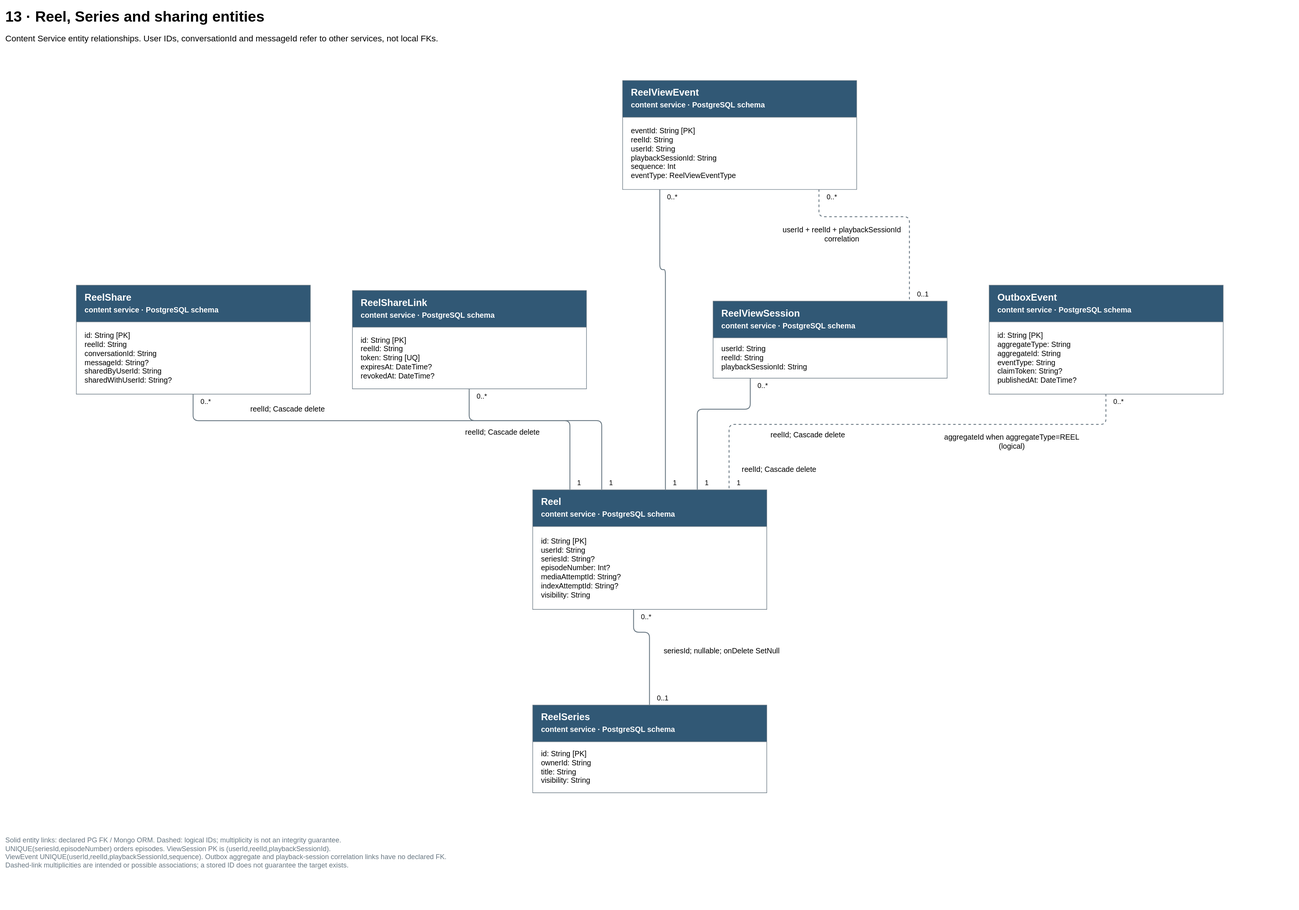
This is docs/diagrams/velora-current/importable-svg/13-content.drawio.svg from HieuCuteDangYeu/velora-backend, a draw.io export, as it was before one commit. Source tidied: cells renumbered, new cells last; positions are measured from the earlier drawing's top-left corner, leaving out a move shared by most shapes.
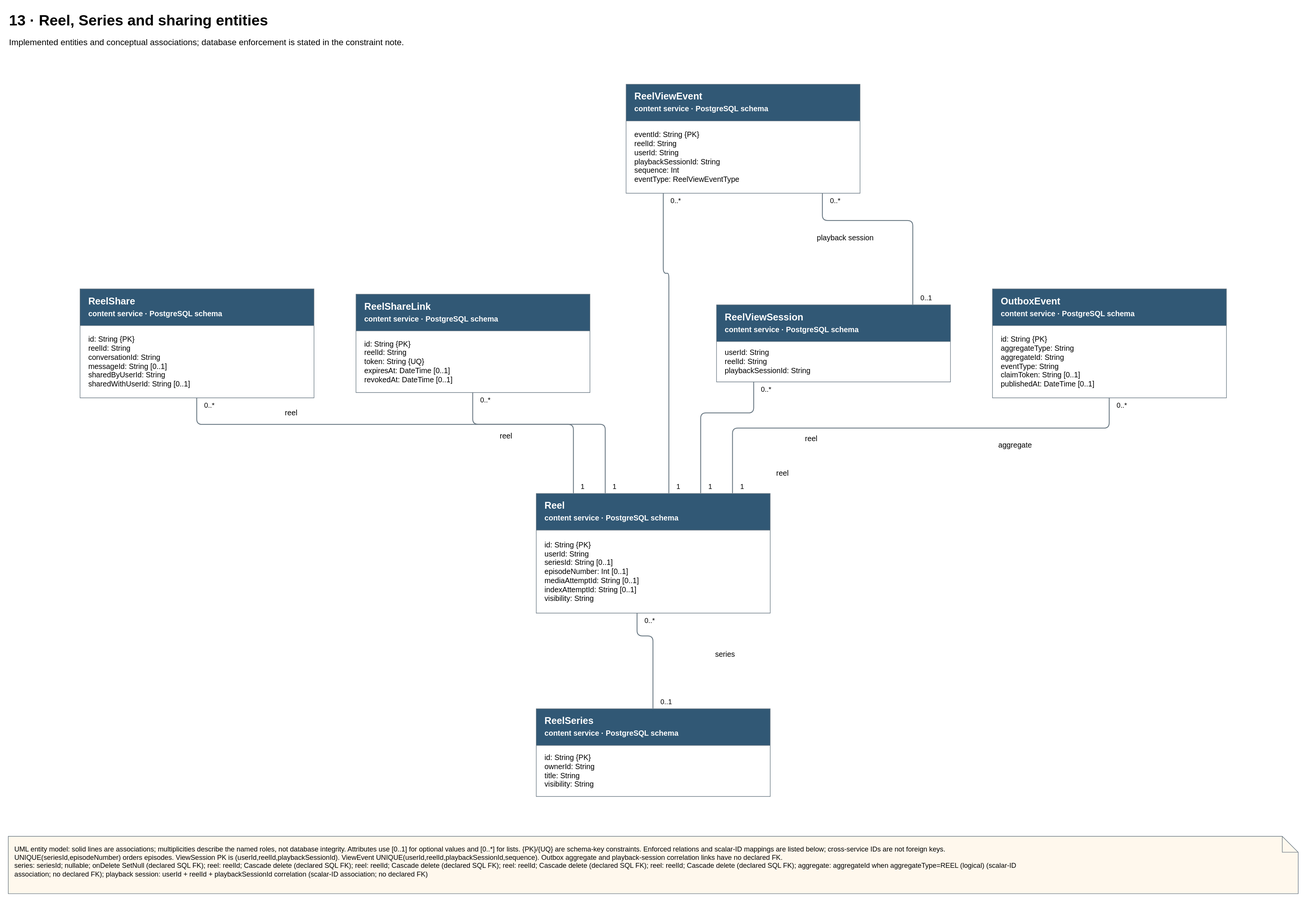
Above is the later version.

Diff of the diagram source:
```diff
@@ -10,7 +10,7 @@
         </Array>
       </mxGeometry>
     </mxCell>
-    <mxCell id="3" value="seriesId; nullable; onDelete SetNull" style="text;html=1;whiteSpace=wrap;overflow=hidden;fontFamily=Arial;fontSize=14;align=center;verticalAlign=middle;fillColor=#ffffff;spacing=0;fontFamily=Arial;" parent="1" vertex="1">
+    <mxCell id="3" value="series" style="text;html=1;whiteSpace=wrap;overflow=hidden;fontFamily=Arial;fontSize=14;align=center;verticalAlign=middle;fillColor=#ffffff;spacing=0;fontFamily=Arial;" parent="1" vertex="1">
       <mxGeometry x="1220" y="1199.5" width="256.9" height="32" as="geometry" />
     </mxCell>
     <mxCell id="4" value="0..*" style="text;html=1;whiteSpace=wrap;overflow=hidden;fontFamily=Arial;fontSize=13;align=left;verticalAlign=middle;fontFamily=Arial;" parent="1" vertex="1">
@@ -27,7 +27,7 @@
         </Array>
       </mxGeometry>
     </mxCell>
-    <mxCell id="7" value="reelId; Cascade delete" style="text;html=1;whiteSpace=wrap;overflow=hidden;fontFamily=Arial;fontSize=14;align=center;verticalAlign=middle;fillColor=#ffffff;spacing=0;fontFamily=Arial;" parent="1" vertex="1">
+    <mxCell id="7" value="reel" style="text;html=1;whiteSpace=wrap;overflow=hidden;fontFamily=Arial;fontSize=14;align=center;verticalAlign=middle;fillColor=#ffffff;spacing=0;fontFamily=Arial;" parent="1" vertex="1">
       <mxGeometry x="447.8" y="745.4" width="168.7" height="32" as="geometry" />
     </mxCell>
     <mxCell id="8" value="0..*" style="text;html=1;whiteSpace=wrap;overflow=hidden;fontFamily=Arial;fontSize=13;align=left;verticalAlign=middle;fontFamily=Arial;" parent="1" vertex="1">
@@ -44,7 +44,7 @@
         </Array>
       </mxGeometry>
     </mxCell>
-    <mxCell id="11" value="reelId; Cascade delete" style="text;html=1;whiteSpace=wrap;overflow=hidden;fontFamily=Arial;fontSize=14;align=center;verticalAlign=middle;fillColor=#ffffff;spacing=0;fontFamily=Arial;" parent="1" vertex="1">
+    <mxCell id="11" value="reel" style="text;html=1;whiteSpace=wrap;overflow=hidden;fontFamily=Arial;fontSize=14;align=center;verticalAlign=middle;fillColor=#ffffff;spacing=0;fontFamily=Arial;" parent="1" vertex="1">
       <mxGeometry x="852" y="789.2" width="168.7" height="32" as="geometry" />
     </mxCell>
     <mxCell id="12" value="0..*" style="text;html=1;whiteSpace=wrap;overflow=hidden;fontFamily=Arial;fontSize=13;align=left;verticalAlign=middle;fontFamily=Arial;" parent="1" vertex="1">
@@ -61,7 +61,7 @@
         </Array>
       </mxGeometry>
     </mxCell>
-    <mxCell id="15" value="reelId; Cascade delete" style="text;html=1;whiteSpace=wrap;overflow=hidden;fontFamily=Arial;fontSize=14;align=center;verticalAlign=middle;fillColor=#ffffff;spacing=0;fontFamily=Arial;" parent="1" vertex="1">
+    <mxCell id="15" value="reel" style="text;html=1;whiteSpace=wrap;overflow=hidden;fontFamily=Arial;fontSize=14;align=center;verticalAlign=middle;fillColor=#ffffff;spacing=0;fontFamily=Arial;" parent="1" vertex="1">
       <mxGeometry x="1425.6" y="793.5" width="168.7" height="32" as="geometry" />
     </mxCell>
     <mxCell id="16" value="0..*" style="text;html=1;whiteSpace=wrap;overflow=hidden;fontFamily=Arial;fontSize=13;align=left;verticalAlign=middle;fontFamily=Arial;" parent="1" vertex="1">
@@ -78,7 +78,7 @@
         </Array>
       </mxGeometry>
     </mxCell>
-    <mxCell id="19" value="reelId; Cascade delete" style="text;html=1;whiteSpace=wrap;overflow=hidden;fontFamily=Arial;fontSize=14;align=center;verticalAlign=middle;fillColor=#ffffff;spacing=0;fontFamily=Arial;" parent="1" vertex="1">
+    <mxCell id="19" value="reel" style="text;html=1;whiteSpace=wrap;overflow=hidden;fontFamily=Arial;fontSize=14;align=center;verticalAlign=middle;fillColor=#ffffff;spacing=0;fontFamily=Arial;" parent="1" vertex="1">
       <mxGeometry x="1371.8" y="859.2" width="168.7" height="32" as="geometry" />
     </mxCell>
     <mxCell id="20" value="0..*" style="text;html=1;whiteSpace=wrap;overflow=hidden;fontFamily=Arial;fontSize=13;align=left;verticalAlign=middle;fontFamily=Arial;" parent="1" vertex="1">
@@ -87,7 +87,7 @@
     <mxCell id="21" value="1" style="text;html=1;whiteSpace=wrap;overflow=hidden;fontFamily=Arial;fontSize=13;align=left;verticalAlign=middle;fontFamily=Arial;" parent="1" vertex="1">
       <mxGeometry x="1314.7" y="890" width="48" height="18" as="geometry" />
     </mxCell>
-    <mxCell id="22" style="edgeStyle=none;noEdgeStyle=1;html=1;strokeColor=#687782;strokeWidth=1.6;jumpStyle=arc;jumpSize=12;exitPerimeter=0;entryPerimeter=0;exitX=0.4999999999999995;exitY=1.0;entryX=0.8399999999999997;entryY=0.0;endArrow=none;dashed=1;fontFamily=Arial;" parent="1" edge="1" source="42" target="32">
+    <mxCell id="22" style="edgeStyle=none;noEdgeStyle=1;html=1;strokeColor=#687782;strokeWidth=1.6;jumpStyle=arc;jumpSize=12;exitPerimeter=0;entryPerimeter=0;exitX=0.4999999999999995;exitY=1.0;entryX=0.8399999999999997;entryY=0.0;endArrow=none;fontFamily=Arial;" parent="1" edge="1" source="42" target="32">
       <mxGeometry relative="1" as="geometry">
         <Array as="points">
           <mxPoint x="2071" y="790.4" />
@@ -95,7 +95,7 @@
         </Array>
       </mxGeometry>
     </mxCell>
-    <mxCell id="23" value="aggregateId when aggregateType=REEL&lt;br&gt;(logical)" style="text;html=1;whiteSpace=wrap;overflow=hidden;fontFamily=Arial;fontSize=14;align=center;verticalAlign=middle;fillColor=#ffffff;spacing=0;fontFamily=Arial;" parent="1" vertex="1">
+    <mxCell id="23" value="aggregate" style="text;html=1;whiteSpace=wrap;overflow=hidden;fontFamily=Arial;fontSize=14;align=center;verticalAlign=middle;fillColor=#ffffff;spacing=0;fontFamily=Arial;" parent="1" vertex="1">
       <mxGeometry x="1755" y="796.4" width="277.9" height="52" as="geometry" />
     </mxCell>
     <mxCell id="24" value="0..*" style="text;html=1;whiteSpace=wrap;overflow=hidden;fontFamily=Arial;fontSize=13;align=left;verticalAlign=middle;fontFamily=Arial;" parent="1" vertex="1">
@@ -104,7 +104,7 @@
     <mxCell id="25" value="1" style="text;html=1;whiteSpace=wrap;overflow=hidden;fontFamily=Arial;fontSize=13;align=left;verticalAlign=middle;fontFamily=Arial;" parent="1" vertex="1">
       <mxGeometry x="1374.6" y="890" width="48" height="18" as="geometry" />
     </mxCell>
-    <mxCell id="26" style="edgeStyle=none;noEdgeStyle=1;html=1;strokeColor=#687782;strokeWidth=1.6;jumpStyle=arc;jumpSize=12;exitPerimeter=0;entryPerimeter=0;exitX=0.8399999999999997;exitY=1.0;entryX=0.8399999999999997;entryY=0.0;endArrow=none;dashed=1;fontFamily=Arial;" parent="1" edge="1" source="38" target="40">
+    <mxCell id="26" style="edgeStyle=none;noEdgeStyle=1;html=1;strokeColor=#687782;strokeWidth=1.6;jumpStyle=arc;jumpSize=12;exitPerimeter=0;entryPerimeter=0;exitX=0.8399999999999997;exitY=1.0;entryX=0.8399999999999997;entryY=0.0;endArrow=none;fontFamily=Arial;" parent="1" edge="1" source="38" target="40">
       <mxGeometry relative="1" as="geometry">
         <Array as="points">
           <mxPoint x="1531.6" y="399.8" />
@@ -112,7 +112,7 @@
         </Array>
       </mxGeometry>
     </mxCell>
-    <mxCell id="27" value="userId + reelId + playbackSessionId&lt;br&gt;correlation" style="text;html=1;whiteSpace=wrap;overflow=hidden;fontFamily=Arial;fontSize=14;align=center;verticalAlign=middle;fillColor=#ffffff;spacing=0;fontFamily=Arial;" parent="1" vertex="1">
+    <mxCell id="27" value="playback session" style="text;html=1;whiteSpace=wrap;overflow=hidden;fontFamily=Arial;fontSize=14;align=center;verticalAlign=middle;fillColor=#ffffff;spacing=0;fontFamily=Arial;" parent="1" vertex="1">
       <mxGeometry x="1448.7" y="405.8" width="250.7" height="52" as="geometry" />
     </mxCell>
     <mxCell id="28" value="0..*" style="text;html=1;whiteSpace=wrap;overflow=hidden;fontFamily=Arial;fontSize=13;align=left;verticalAlign=middle;fontFamily=Arial;" parent="1" vertex="1">
@@ -124,31 +124,31 @@
     <mxCell id="30" value="&lt;b&gt;ReelSeries&lt;/b&gt;&lt;br&gt;&lt;span style=&quot;font-size:14px;color:#ffffff&quot;&gt;content service · PostgreSQL schema&lt;/span&gt;" style="swimlane;html=1;whiteSpace=wrap;align=left;verticalAlign=middle;startSize=69;fontSize=18;spacingLeft=14;fillColor=#315875;swimlaneFillColor=#ffffff;strokeColor=#687782;horizontal=1;fontFamily=Arial;fontColor=#ffffff;fontFamily=Arial;" parent="1" vertex="1">
       <mxGeometry x="993" y="1318" width="440" height="165" as="geometry" />
     </mxCell>
-    <mxCell id="31" value="id: String [PK]&lt;br&gt;ownerId: String&lt;br&gt;title: String&lt;br&gt;visibility: String" style="text;html=1;whiteSpace=wrap;overflow=hidden;fontFamily=Arial;fontSize=14;align=left;verticalAlign=middle;spacingLeft=14;spacingRight=14;strokeColor=none;fillColor=none;fontFamily=Arial;" parent="30" vertex="1">
+    <mxCell id="31" value="id: String {PK}&lt;br&gt;ownerId: String&lt;br&gt;title: String&lt;br&gt;visibility: String" style="text;html=1;whiteSpace=wrap;overflow=hidden;fontFamily=Arial;fontSize=14;align=left;verticalAlign=middle;spacingLeft=14;spacingRight=14;strokeColor=none;fillColor=none;fontFamily=Arial;" parent="30" vertex="1">
       <mxGeometry y="69" width="440" height="96" as="geometry" />
     </mxCell>
     <mxCell id="32" value="&lt;b&gt;Reel&lt;/b&gt;&lt;br&gt;&lt;span style=&quot;font-size:14px;color:#ffffff&quot;&gt;content service · PostgreSQL schema&lt;/span&gt;" style="swimlane;html=1;whiteSpace=wrap;align=left;verticalAlign=middle;startSize=69;fontSize=18;spacingLeft=14;fillColor=#315875;swimlaneFillColor=#ffffff;strokeColor=#687782;horizontal=1;fontFamily=Arial;fontColor=#ffffff;fontFamily=Arial;" parent="1" vertex="1">
       <mxGeometry x="993" y="913" width="440" height="225" as="geometry" />
     </mxCell>
-    <mxCell id="33" value="id: String [PK]&lt;br&gt;userId: String&lt;br&gt;seriesId: String?&lt;br&gt;episodeNumber: Int?&lt;br&gt;mediaAttemptId: String?&lt;br&gt;indexAttemptId: String?&lt;br&gt;visibility: String" style="text;html=1;whiteSpace=wrap;overflow=hidden;fontFamily=Arial;fontSize=14;align=left;verticalAlign=middle;spacingLeft=14;spacingRight=14;strokeColor=none;fillColor=none;fontFamily=Arial;" parent="32" vertex="1">
+    <mxCell id="33" value="id: String {PK}&lt;br&gt;userId: String&lt;br&gt;seriesId: String [0..1]&lt;br&gt;episodeNumber: Int [0..1]&lt;br&gt;mediaAttemptId: String [0..1]&lt;br&gt;indexAttemptId: String [0..1]&lt;br&gt;visibility: String" style="text;html=1;whiteSpace=wrap;overflow=hidden;fontFamily=Arial;fontSize=14;align=left;verticalAlign=middle;spacingLeft=14;spacingRight=14;strokeColor=none;fillColor=none;fontFamily=Arial;" parent="32" vertex="1">
       <mxGeometry y="69" width="440" height="156" as="geometry" />
     </mxCell>
     <mxCell id="34" value="&lt;b&gt;ReelShare&lt;/b&gt;&lt;br&gt;&lt;span style=&quot;font-size:14px;color:#ffffff&quot;&gt;content service · PostgreSQL schema&lt;/span&gt;" style="swimlane;html=1;whiteSpace=wrap;align=left;verticalAlign=middle;startSize=69;fontSize=18;spacingLeft=14;fillColor=#315875;swimlaneFillColor=#ffffff;strokeColor=#687782;horizontal=1;fontFamily=Arial;fontColor=#ffffff;fontFamily=Arial;" parent="1" vertex="1">
       <mxGeometry x="135" y="528" width="440" height="205" as="geometry" />
     </mxCell>
-    <mxCell id="35" value="id: String [PK]&lt;br&gt;reelId: String&lt;br&gt;conversationId: String&lt;br&gt;messageId: String?&lt;br&gt;sharedByUserId: String&lt;br&gt;sharedWithUserId: String?" style="text;html=1;whiteSpace=wrap;overflow=hidden;fontFamily=Arial;fontSize=14;align=left;verticalAlign=middle;spacingLeft=14;spacingRight=14;strokeColor=none;fillColor=none;fontFamily=Arial;" parent="34" vertex="1">
+    <mxCell id="35" value="id: String {PK}&lt;br&gt;reelId: String&lt;br&gt;conversationId: String&lt;br&gt;messageId: String [0..1]&lt;br&gt;sharedByUserId: String&lt;br&gt;sharedWithUserId: String [0..1]" style="text;html=1;whiteSpace=wrap;overflow=hidden;fontFamily=Arial;fontSize=14;align=left;verticalAlign=middle;spacingLeft=14;spacingRight=14;strokeColor=none;fillColor=none;fontFamily=Arial;" parent="34" vertex="1">
       <mxGeometry y="69" width="440" height="136" as="geometry" />
     </mxCell>
     <mxCell id="36" value="&lt;b&gt;ReelShareLink&lt;/b&gt;&lt;br&gt;&lt;span style=&quot;font-size:14px;color:#ffffff&quot;&gt;content service · PostgreSQL schema&lt;/span&gt;" style="swimlane;html=1;whiteSpace=wrap;align=left;verticalAlign=middle;startSize=69;fontSize=18;spacingLeft=14;fillColor=#315875;swimlaneFillColor=#ffffff;strokeColor=#687782;horizontal=1;fontFamily=Arial;fontColor=#ffffff;fontFamily=Arial;" parent="1" vertex="1">
       <mxGeometry x="654" y="538" width="440" height="185" as="geometry" />
     </mxCell>
-    <mxCell id="37" value="id: String [PK]&lt;br&gt;reelId: String&lt;br&gt;token: String [UQ]&lt;br&gt;expiresAt: DateTime?&lt;br&gt;revokedAt: DateTime?" style="text;html=1;whiteSpace=wrap;overflow=hidden;fontFamily=Arial;fontSize=14;align=left;verticalAlign=middle;spacingLeft=14;spacingRight=14;strokeColor=none;fillColor=none;fontFamily=Arial;" parent="36" vertex="1">
+    <mxCell id="37" value="id: String {PK}&lt;br&gt;reelId: String&lt;br&gt;token: String {UQ}&lt;br&gt;expiresAt: DateTime [0..1]&lt;br&gt;revokedAt: DateTime [0..1]" style="text;html=1;whiteSpace=wrap;overflow=hidden;fontFamily=Arial;fontSize=14;align=left;verticalAlign=middle;spacingLeft=14;spacingRight=14;strokeColor=none;fillColor=none;fontFamily=Arial;" parent="36" vertex="1">
       <mxGeometry y="69" width="440" height="116" as="geometry" />
     </mxCell>
     <mxCell id="38" value="&lt;b&gt;ReelViewEvent&lt;/b&gt;&lt;br&gt;&lt;span style=&quot;font-size:14px;color:#ffffff&quot;&gt;content service · PostgreSQL schema&lt;/span&gt;" style="swimlane;html=1;whiteSpace=wrap;align=left;verticalAlign=middle;startSize=69;fontSize=18;spacingLeft=14;fillColor=#315875;swimlaneFillColor=#ffffff;strokeColor=#687782;horizontal=1;fontFamily=Arial;fontColor=#ffffff;fontFamily=Arial;" parent="1" vertex="1">
       <mxGeometry x="1162" y="143" width="440" height="205" as="geometry" />
     </mxCell>
-    <mxCell id="39" value="eventId: String [PK]&lt;br&gt;reelId: String&lt;br&gt;userId: String&lt;br&gt;playbackSessionId: String&lt;br&gt;sequence: Int&lt;br&gt;eventType: ReelViewEventType" style="text;html=1;whiteSpace=wrap;overflow=hidden;fontFamily=Arial;fontSize=14;align=left;verticalAlign=middle;spacingLeft=14;spacingRight=14;strokeColor=none;fillColor=none;fontFamily=Arial;" parent="38" vertex="1">
+    <mxCell id="39" value="eventId: String {PK}&lt;br&gt;reelId: String&lt;br&gt;userId: String&lt;br&gt;playbackSessionId: String&lt;br&gt;sequence: Int&lt;br&gt;eventType: ReelViewEventType" style="text;html=1;whiteSpace=wrap;overflow=hidden;fontFamily=Arial;fontSize=14;align=left;verticalAlign=middle;spacingLeft=14;spacingRight=14;strokeColor=none;fillColor=none;fontFamily=Arial;" parent="38" vertex="1">
       <mxGeometry y="69" width="440" height="136" as="geometry" />
     </mxCell>
     <mxCell id="40" value="&lt;b&gt;ReelViewSession&lt;/b&gt;&lt;br&gt;&lt;span style=&quot;font-size:14px;color:#ffffff&quot;&gt;content service · PostgreSQL schema&lt;/span&gt;" style="swimlane;html=1;whiteSpace=wrap;align=left;verticalAlign=middle;startSize=69;fontSize=18;spacingLeft=14;fillColor=#315875;swimlaneFillColor=#ffffff;strokeColor=#687782;horizontal=1;fontFamily=Arial;fontColor=#ffffff;fontFamily=Arial;" parent="1" vertex="1">
@@ -160,17 +160,17 @@
     <mxCell id="42" value="&lt;b&gt;OutboxEvent&lt;/b&gt;&lt;br&gt;&lt;span style=&quot;font-size:14px;color:#ffffff&quot;&gt;content service · PostgreSQL schema&lt;/span&gt;" style="swimlane;html=1;whiteSpace=wrap;align=left;verticalAlign=middle;startSize=69;fontSize=18;spacingLeft=14;fillColor=#315875;swimlaneFillColor=#ffffff;strokeColor=#687782;horizontal=1;fontFamily=Arial;fontColor=#ffffff;fontFamily=Arial;" parent="1" vertex="1">
       <mxGeometry x="1851" y="528" width="440" height="205" as="geometry" />
     </mxCell>
-    <mxCell id="43" value="id: String [PK]&lt;br&gt;aggregateType: String&lt;br&gt;aggregateId: String&lt;br&gt;eventType: String&lt;br&gt;claimToken: String?&lt;br&gt;publishedAt: DateTime?" style="text;html=1;whiteSpace=wrap;overflow=hidden;fontFamily=Arial;fontSize=14;align=left;verticalAlign=middle;spacingLeft=14;spacingRight=14;strokeColor=none;fillColor=none;fontFamily=Arial;" parent="42" vertex="1">
+    <mxCell id="43" value="id: String {PK}&lt;br&gt;aggregateType: String&lt;br&gt;aggregateId: String&lt;br&gt;eventType: String&lt;br&gt;claimToken: String [0..1]&lt;br&gt;publishedAt: DateTime [0..1]" style="text;html=1;whiteSpace=wrap;overflow=hidden;fontFamily=Arial;fontSize=14;align=left;verticalAlign=middle;spacingLeft=14;spacingRight=14;strokeColor=none;fillColor=none;fontFamily=Arial;" parent="42" vertex="1">
       <mxGeometry y="69" width="440" height="136" as="geometry" />
     </mxCell>
     <mxCell id="44" value="13 · Reel, Series and sharing entities" style="text;html=1;whiteSpace=wrap;overflow=hidden;fontFamily=Arial;fontSize=28;fontStyle=1;align=left;fontFamily=Arial;" parent="1" vertex="1">
       <mxGeometry width="2426" height="45" as="geometry" />
     </mxCell>
-    <mxCell id="45" value="Content Service entity relationships. User IDs, conversationId and messageId refer to other services, not local FKs." style="text;html=1;whiteSpace=wrap;overflow=hidden;fontFamily=Arial;fontSize=16;align=left;fontFamily=Arial;" parent="1" vertex="1">
+    <mxCell id="45" value="Implemented entities and conceptual associations; database enforcement is stated in the constraint note." style="text;html=1;whiteSpace=wrap;overflow=hidden;fontFamily=Arial;fontSize=16;align=left;fontFamily=Arial;" parent="1" vertex="1">
       <mxGeometry y="48" width="2426" height="65" as="geometry" />
     </mxCell>
-    <mxCell id="46" value="Solid entity links: declared PG FK / Mongo ORM. Dashed: logical IDs; multiplicity is not an integrity guarantee.&lt;br&gt;UNIQUE(seriesId,episodeNumber) orders episodes. ViewSession PK is (userId,reelId,playbackSessionId).&lt;br&gt;ViewEvent UNIQUE(userId,reelId,playbackSessionId,sequence). Outbox aggregate and playback-session correlation links have no declared FK.&lt;br&gt;Dashed-link multiplicities are intended or possible associations; a stored ID does not guarantee the target exists." style="text;html=1;whiteSpace=wrap;overflow=hidden;fontFamily=Arial;fontSize=13;align=left;verticalAlign=top;fontColor=#687782;fontFamily=Arial;" parent="1" vertex="1">
-      <mxGeometry y="1558" width="2426" height="135" as="geometry" />
+    <mxCell id="46" value="UML entity model: solid lines are associations; multiplicities describe the named roles, not database integrity. Attributes use [0..1] for optional values and [0..*] for lists. {PK}/{UQ} are schema-key constraints. Enforced relations and scalar-ID mappings are listed below; cross-service IDs are not foreign keys.&lt;br&gt;UNIQUE(seriesId,episodeNumber) orders episodes. ViewSession PK is (userId,reelId,playbackSessionId). ViewEvent UNIQUE(userId,reelId,playbackSessionId,sequence). Outbox aggregate and playback-session correlation links have no declared FK.&lt;br&gt;series: seriesId; nullable; onDelete SetNull (declared SQL FK); reel: reelId; Cascade delete (declared SQL FK); reel: reelId; Cascade delete (declared SQL FK); reel: reelId; Cascade delete (declared SQL FK); reel: reelId; Cascade delete (declared SQL FK); aggregate: aggregateId when aggregateType=REEL (logical) (scalar-ID&lt;br&gt;association; no declared FK); playback session: userId + reelId + playbackSessionId correlation (scalar-ID association; no declared FK)" style="shape=note;html=1;whiteSpace=wrap;overflow=hidden;fontFamily=Arial;fontSize=13;align=left;verticalAlign=top;spacing=12;fillColor=#fff8ed;strokeColor=#687782;" parent="1" vertex="1">
+      <mxGeometry y="1558" width="2426" height="108" as="geometry" />
     </mxCell>
   </root>
 </mxGraphModel>
```
